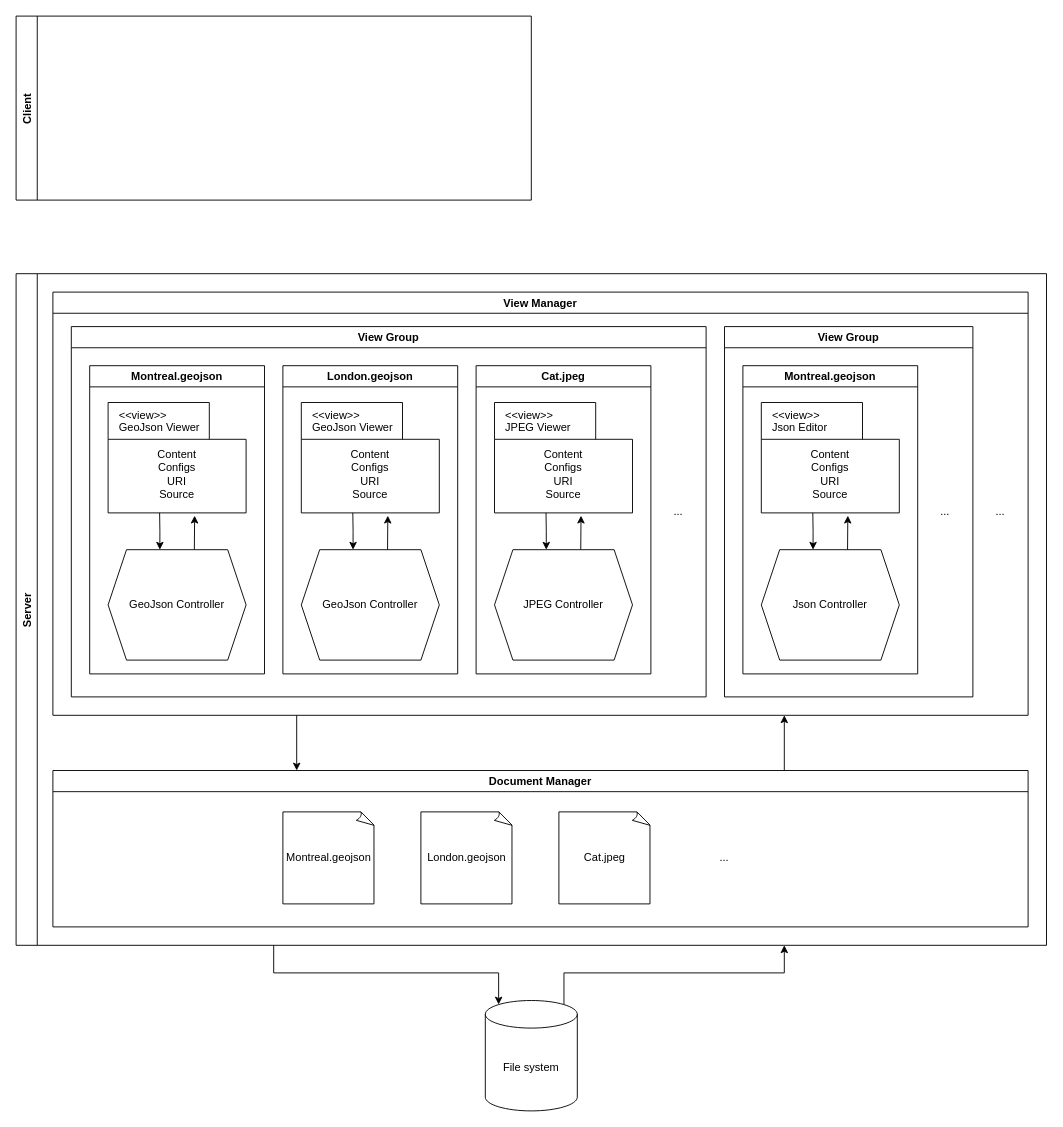
1amchris/ssanto keeps this draw.io diagram as views.drawio. Above is the earlier version. Source tidied: cells renumbered, new cells numbered last; positions are measured from the earlier drawing's top-left corner, leaving out a move shared by most shapes. Both pictures are drawn from the tidied source at 92%, with x=0, y=0 at pixel (16, 16).
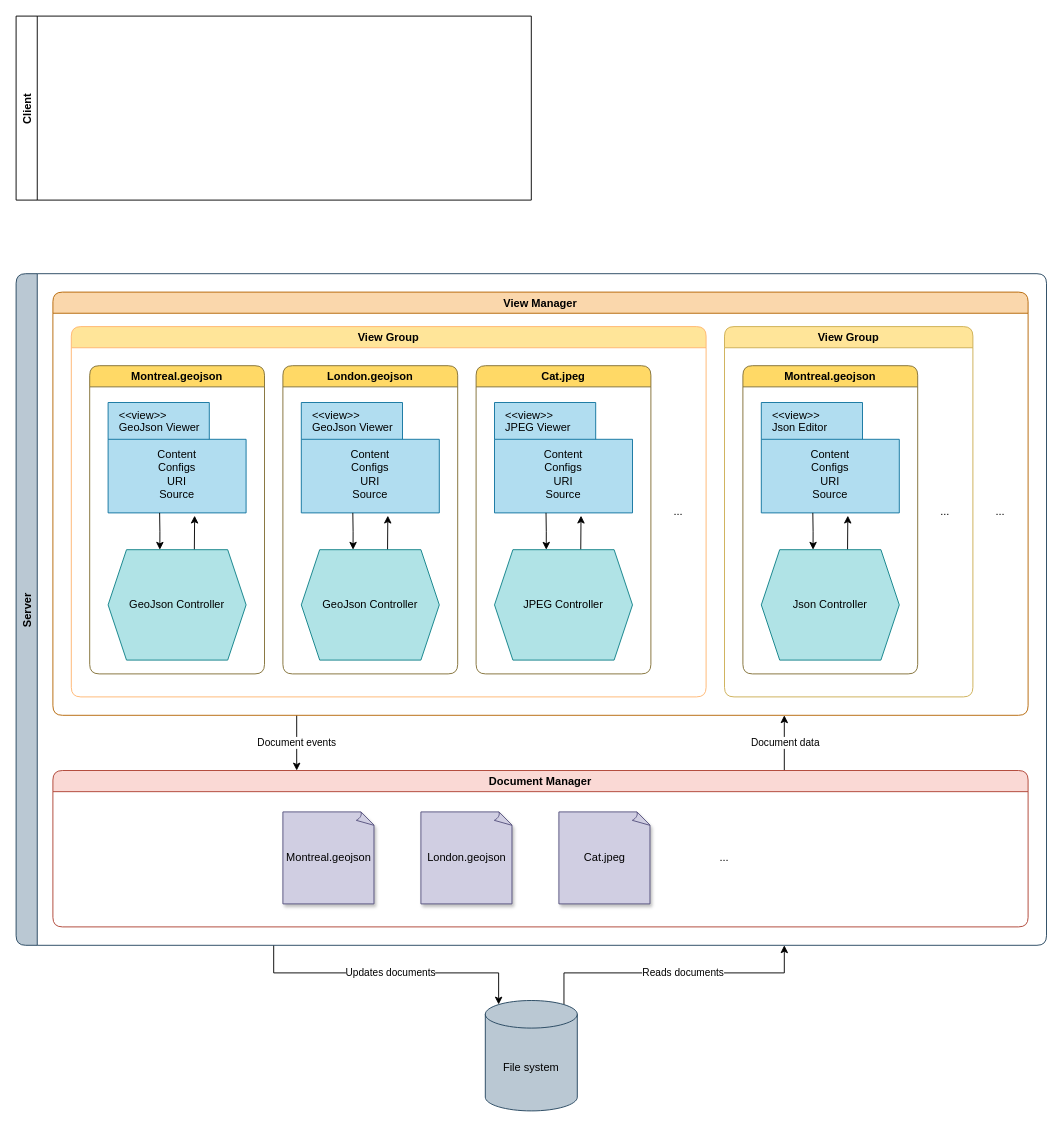
Above is the later version.

Unchanged cells that the change refers to:
```xml
<mxCell id="3" style="edgeStyle=orthogonalEdgeStyle;rounded=0;jettySize=auto;html=1;entryX=0.145;entryY=0;entryDx=0;entryDy=4.35;entryPerimeter=0;startArrow=none;startFill=0;endArrow=classic;endFill=1;" parent="1" edge="1" target="43">
  <mxGeometry relative="1" as="geometry">
    <mxPoint x="280" y="1010" as="sourcePoint" />
    <Array as="points">
      <mxPoint x="280" y="1040" />
      <mxPoint x="525" y="1040" />
    </Array>
  </mxGeometry>
</mxCell>
<mxCell id="5" style="edgeStyle=orthogonalEdgeStyle;rounded=0;jettySize=auto;html=1;exitX=0.75;exitY=0;exitDx=0;exitDy=0;entryX=0.75;entryY=1;entryDx=0;entryDy=0;startArrow=none;startFill=0;endArrow=classic;endFill=1;" parent="4" edge="1" source="6" target="12">
  <mxGeometry relative="1" as="geometry" />
</mxCell>
<mxCell id="42" style="edgeStyle=orthogonalEdgeStyle;rounded=0;jettySize=auto;html=1;exitX=0.855;exitY=0;exitDx=0;exitDy=4.35;exitPerimeter=0;startArrow=none;startFill=0;endArrow=classic;endFill=1;" parent="1" edge="1" source="43">
  <mxGeometry relative="1" as="geometry">
    <mxPoint x="835" y="1010" as="targetPoint" />
    <Array as="points">
      <mxPoint x="596" y="1040" />
      <mxPoint x="835" y="1040" />
    </Array>
  </mxGeometry>
</mxCell>
```

Diff of the diagram source:
```diff
@@
+    <mxCell id="44" value="Updates documents" style="edgeLabel;html=1;align=center;verticalAlign=middle;" parent="3" vertex="1">
+      <mxGeometry x="0.01" y="1" relative="1" as="geometry" />
+    </mxCell>
-    <mxCell id="4" value="Server" style="swimlane;horizontal=0;" parent="1" vertex="1">
+    <mxCell id="4" value="Server" style="swimlane;horizontal=0;fillColor=#bac8d3;strokeColor=#23445d;rounded=1;" parent="1" vertex="1">
       <mxGeometry y="280" width="1120" height="730" as="geometry" />
     </mxCell>
@@
+    <mxCell id="45" value="Document data" style="edgeLabel;html=1;align=center;verticalAlign=middle;" parent="5" vertex="1">
+      <mxGeometry x="0.25" relative="1" as="geometry">
+        <mxPoint y="7" as="offset" />
+      </mxGeometry>
+    </mxCell>
-    <mxCell id="6" value="Document Manager" style="swimlane;" parent="4" vertex="1">
+    <mxCell id="6" value="Document Manager" style="swimlane;fillColor=#fad9d5;strokeColor=#ae4132;rounded=1;" parent="4" vertex="1">
       <mxGeometry x="40" y="540" width="1060" height="170" as="geometry" />
     </mxCell>
-    <mxCell id="7" value="Montreal.geojson" style="whiteSpace=wrap;html=1;shape=mxgraph.basic.document;" parent="6" vertex="1">
+    <mxCell id="7" value="Montreal.geojson" style="whiteSpace=wrap;html=1;shape=mxgraph.basic.document;fillColor=#d0cee2;strokeColor=#56517e;shadow=1;" parent="6" vertex="1">
       <mxGeometry x="250" y="45" width="100" height="100" as="geometry" />
     </mxCell>
-    <mxCell id="8" value="London.geojson" style="whiteSpace=wrap;html=1;shape=mxgraph.basic.document;" parent="6" vertex="1">
+    <mxCell id="8" value="London.geojson" style="whiteSpace=wrap;html=1;shape=mxgraph.basic.document;fillColor=#d0cee2;strokeColor=#56517e;shadow=1;" parent="6" vertex="1">
       <mxGeometry x="400" y="45" width="100" height="100" as="geometry" />
     </mxCell>
-    <mxCell id="9" value="Cat.jpeg" style="whiteSpace=wrap;html=1;shape=mxgraph.basic.document;" parent="6" vertex="1">
+    <mxCell id="9" value="Cat.jpeg" style="whiteSpace=wrap;html=1;shape=mxgraph.basic.document;fillColor=#d0cee2;strokeColor=#56517e;shadow=1;" parent="6" vertex="1">
       <mxGeometry x="550" y="45" width="100" height="100" as="geometry" />
     </mxCell>
@@
-    <mxCell id="11" style="edgeStyle=orthogonalEdgeStyle;rounded=0;jettySize=auto;html=1;exitX=0.25;exitY=1;exitDx=0;exitDy=0;entryX=0.25;entryY=0;entryDx=0;entryDy=0;startArrow=none;startFill=0;endArrow=classic;endFill=1;" parent="4" edge="1" source="12" target="6">
+    <mxCell id="11" value="Document events" style="edgeStyle=orthogonalEdgeStyle;rounded=0;jettySize=auto;html=1;exitX=0.25;exitY=1;exitDx=0;exitDy=0;entryX=0.25;entryY=0;entryDx=0;entryDy=0;startArrow=none;startFill=0;endArrow=classic;endFill=1;" parent="4" edge="1" source="12" target="6">
       <mxGeometry relative="1" as="geometry" />
     </mxCell>
-    <mxCell id="12" value="View Manager" style="swimlane;" parent="4" vertex="1">
+    <mxCell id="12" value="View Manager" style="swimlane;fillColor=#fad7ac;strokeColor=#b46504;rounded=1;" parent="4" vertex="1">
       <mxGeometry x="40" y="20" width="1060" height="460" as="geometry" />
     </mxCell>
-    <mxCell id="13" value="View Group" style="swimlane;" parent="12" vertex="1">
+    <mxCell id="13" value="View Group" style="swimlane;fillColor=#FFE599;strokeColor=#FFB570;rounded=1;shadow=0;glass=0;" parent="12" vertex="1">
       <mxGeometry x="20" y="37.5" width="690" height="402.5" as="geometry" />
     </mxCell>
-    <mxCell id="14" value="Montreal.geojson" style="swimlane;" parent="13" vertex="1">
+    <mxCell id="14" value="Montreal.geojson" style="swimlane;fillColor=#FFD966;strokeColor=#806d33;rounded=1;" parent="13" vertex="1">
       <mxGeometry x="20" y="42.5" width="190" height="335" as="geometry" />
     </mxCell>
-    <mxCell id="15" value="&amp;lt;&amp;lt;view&amp;gt;&amp;gt;&lt;br&gt;GeoJson Viewer" style="shape=folder;html=1;tabWidth=110;tabHeight=40;tabPosition=left;align=left;verticalAlign=top;spacingLeft=10;whiteSpace=wrap;" parent="14" vertex="1">
+    <mxCell id="15" value="&amp;lt;&amp;lt;view&amp;gt;&amp;gt;&lt;br&gt;GeoJson Viewer" style="shape=folder;html=1;tabWidth=110;tabHeight=40;tabPosition=left;align=left;verticalAlign=top;spacingLeft=10;whiteSpace=wrap;fillColor=#b1ddf0;strokeColor=#10739e;" parent="14" vertex="1">
       <mxGeometry x="20" y="40" width="150" height="120" as="geometry" />
     </mxCell>
@@
-    <mxCell id="18" value="GeoJson Controller" style="shape=hexagon;perimeter=hexagonPerimeter2;whiteSpace=wrap;html=1;fixedSize=1;" parent="14" vertex="1">
+    <mxCell id="18" value="GeoJson Controller" style="shape=hexagon;perimeter=hexagonPerimeter2;whiteSpace=wrap;html=1;fixedSize=1;fillColor=#b0e3e6;strokeColor=#0e8088;" parent="14" vertex="1">
       <mxGeometry x="20" y="200" width="150" height="120" as="geometry" />
     </mxCell>
@@
-    <mxCell id="20" value="London.geojson" style="swimlane;" parent="13" vertex="1">
+    <mxCell id="20" value="London.geojson" style="swimlane;fillColor=#FFD966;strokeColor=#806d33;rounded=1;" parent="13" vertex="1">
       <mxGeometry x="230" y="42.5" width="190" height="335" as="geometry" />
     </mxCell>
-    <mxCell id="21" value="&amp;lt;&amp;lt;view&amp;gt;&amp;gt;&lt;br&gt;GeoJson Viewer" style="shape=folder;html=1;tabWidth=110;tabHeight=40;tabPosition=left;align=left;verticalAlign=top;spacingLeft=10;whiteSpace=wrap;" parent="20" vertex="1">
+    <mxCell id="21" value="&amp;lt;&amp;lt;view&amp;gt;&amp;gt;&lt;br&gt;GeoJson Viewer" style="shape=folder;html=1;tabWidth=110;tabHeight=40;tabPosition=left;align=left;verticalAlign=top;spacingLeft=10;whiteSpace=wrap;fillColor=#b1ddf0;strokeColor=#10739e;" parent="20" vertex="1">
       <mxGeometry x="20" y="40" width="150" height="120" as="geometry" />
     </mxCell>
@@
-    <mxCell id="24" value="GeoJson Controller" style="shape=hexagon;perimeter=hexagonPerimeter2;whiteSpace=wrap;html=1;fixedSize=1;" parent="20" vertex="1">
+    <mxCell id="24" value="GeoJson Controller" style="shape=hexagon;perimeter=hexagonPerimeter2;whiteSpace=wrap;html=1;fixedSize=1;fillColor=#b0e3e6;strokeColor=#0e8088;" parent="20" vertex="1">
       <mxGeometry x="20" y="200" width="150" height="120" as="geometry" />
     </mxCell>
@@
-    <mxCell id="26" value="Cat.jpeg" style="swimlane;" parent="13" vertex="1">
+    <mxCell id="26" value="Cat.jpeg" style="swimlane;fillColor=#FFD966;strokeColor=#806d33;rounded=1;" parent="13" vertex="1">
       <mxGeometry x="440" y="42.5" width="190" height="335" as="geometry" />
     </mxCell>
-    <mxCell id="27" value="&amp;lt;&amp;lt;view&amp;gt;&amp;gt;&lt;br&gt;JPEG Viewer" style="shape=folder;html=1;tabWidth=110;tabHeight=40;tabPosition=left;align=left;verticalAlign=top;spacingLeft=10;whiteSpace=wrap;" parent="26" vertex="1">
+    <mxCell id="27" value="&amp;lt;&amp;lt;view&amp;gt;&amp;gt;&lt;br&gt;JPEG Viewer" style="shape=folder;html=1;tabWidth=110;tabHeight=40;tabPosition=left;align=left;verticalAlign=top;spacingLeft=10;whiteSpace=wrap;fillColor=#b1ddf0;strokeColor=#10739e;" parent="26" vertex="1">
       <mxGeometry x="20" y="40" width="150" height="120" as="geometry" />
     </mxCell>
@@
-    <mxCell id="30" value="JPEG Controller" style="shape=hexagon;perimeter=hexagonPerimeter2;whiteSpace=wrap;html=1;fixedSize=1;" parent="26" vertex="1">
+    <mxCell id="30" value="JPEG Controller" style="shape=hexagon;perimeter=hexagonPerimeter2;whiteSpace=wrap;html=1;fixedSize=1;fillColor=#b0e3e6;strokeColor=#0e8088;" parent="26" vertex="1">
       <mxGeometry x="20" y="200" width="150" height="120" as="geometry" />
     </mxCell>
@@
-    <mxCell id="33" value="View Group" style="swimlane;" parent="12" vertex="1">
+    <mxCell id="33" value="View Group" style="swimlane;fillColor=#FFE599;strokeColor=#ccae52;rounded=1;shadow=0;glass=0;" parent="12" vertex="1">
       <mxGeometry x="730" y="37.5" width="270" height="402.5" as="geometry" />
     </mxCell>
-    <mxCell id="34" value="Montreal.geojson" style="swimlane;" parent="33" vertex="1">
+    <mxCell id="34" value="Montreal.geojson" style="swimlane;fillColor=#FFD966;strokeColor=#806d33;rounded=1;" parent="33" vertex="1">
       <mxGeometry x="20" y="42.5" width="190" height="335" as="geometry" />
     </mxCell>
-    <mxCell id="35" value="&amp;lt;&amp;lt;view&amp;gt;&amp;gt;&lt;br&gt;Json Editor" style="shape=folder;html=1;tabWidth=110;tabHeight=40;tabPosition=left;align=left;verticalAlign=top;spacingLeft=10;whiteSpace=wrap;" parent="34" vertex="1">
+    <mxCell id="35" value="&amp;lt;&amp;lt;view&amp;gt;&amp;gt;&lt;br&gt;Json Editor" style="shape=folder;html=1;tabWidth=110;tabHeight=40;tabPosition=left;align=left;verticalAlign=top;spacingLeft=10;whiteSpace=wrap;fillColor=#b1ddf0;strokeColor=#10739e;" parent="34" vertex="1">
       <mxGeometry x="20" y="40" width="150" height="120" as="geometry" />
     </mxCell>
@@
-    <mxCell id="38" value="Json Controller" style="shape=hexagon;perimeter=hexagonPerimeter2;whiteSpace=wrap;html=1;fixedSize=1;" parent="34" vertex="1">
+    <mxCell id="38" value="Json Controller" style="shape=hexagon;perimeter=hexagonPerimeter2;whiteSpace=wrap;html=1;fixedSize=1;fillColor=#b0e3e6;strokeColor=#0e8088;" parent="34" vertex="1">
       <mxGeometry x="20" y="200" width="150" height="120" as="geometry" />
     </mxCell>
@@
+    <mxCell id="46" value="Reads documents" style="edgeLabel;html=1;align=center;verticalAlign=middle;" parent="42" vertex="1">
+      <mxGeometry x="0.07" y="1" relative="1" as="geometry" />
+    </mxCell>
-    <mxCell id="43" value="File system" style="shape=cylinder3;whiteSpace=wrap;html=1;boundedLbl=1;backgroundOutline=1;size=15;" parent="1" vertex="1">
+    <mxCell id="43" value="File system" style="shape=cylinder3;whiteSpace=wrap;html=1;boundedLbl=1;backgroundOutline=1;size=15;fillColor=#bac8d3;strokeColor=#23445d;gradientColor=none;" parent="1" vertex="1">
       <mxGeometry x="510" y="1070" width="100" height="120" as="geometry" />
     </mxCell>
```
